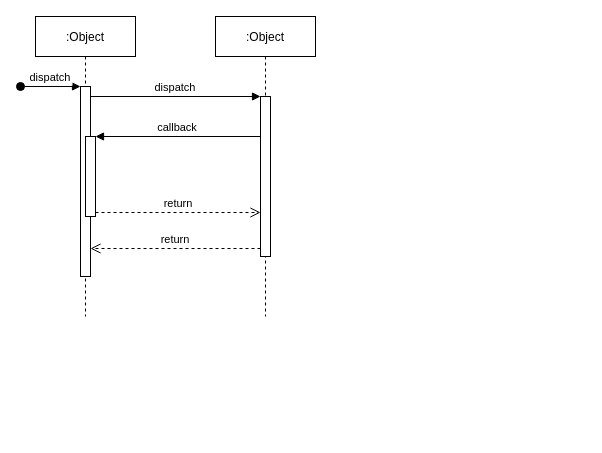
This is SequenceDiaram.drawio from Aarize29/SE-Diagrams, a draw.io file, before an edit. Source tidied: cells renumbered, new cells numbered last; positions are measured from the earlier drawing's top-left corner, leaving out a move shared by most shapes. Both pictures are drawn from the tidied source at 100%, with x=0, y=0 at pixel (20, 16).
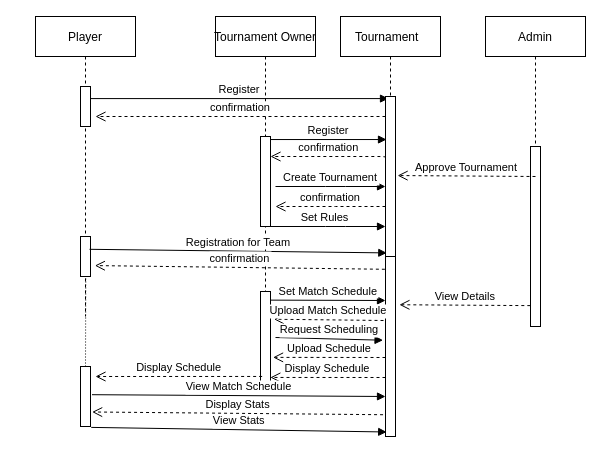
The same page after the edit.

What changed in the source:
```diff
@@
-    <mxCell id="2" value=":Object" style="shape=umlLifeline;perimeter=lifelinePerimeter;rounded=0;shadow=0;strokeWidth=1;" parent="1" vertex="1">
+    <mxCell id="2" value="Player" style="shape=umlLifeline;perimeter=lifelinePerimeter;rounded=0;shadow=0;strokeWidth=1;" parent="1" vertex="1">
       <mxGeometry x="15" width="100" height="300" as="geometry" />
     </mxCell>
     <mxCell id="3" style="points=[];perimeter=orthogonalPerimeter;rounded=0;shadow=0;strokeWidth=1;" parent="2" vertex="1">
-      <mxGeometry x="45" y="70" width="10" height="190" as="geometry" />
+      <mxGeometry x="45" y="70" width="10" height="40" as="geometry" />
     </mxCell>
-    <mxCell id="4" value="dispatch" style="verticalAlign=bottom;startArrow=oval;endArrow=block;startSize=8;shadow=0;strokeWidth=1;" parent="2" edge="1" target="3">
-      <mxGeometry relative="1" as="geometry">
-        <mxPoint x="-15" y="70" as="sourcePoint" />
-      </mxGeometry>
-    </mxCell>
-    <mxCell id="5" style="points=[];perimeter=orthogonalPerimeter;rounded=0;shadow=0;strokeWidth=1;" parent="2" vertex="1">
-      <mxGeometry x="50" y="120" width="10" height="80" as="geometry" />
-    </mxCell>
+    <mxCell id="12" style="points=[];perimeter=orthogonalPerimeter;rounded=0;shadow=0;strokeWidth=1;" parent="2" vertex="1">
+      <mxGeometry x="45" y="220" width="10" height="40" as="geometry" />
+    </mxCell>
-    <mxCell id="6" value=":Object" style="shape=umlLifeline;perimeter=lifelinePerimeter;rounded=0;shadow=0;strokeWidth=1;" parent="1" vertex="1">
+    <mxCell id="6" value="Tournament Owner" style="shape=umlLifeline;perimeter=lifelinePerimeter;rounded=0;shadow=0;strokeWidth=1;" parent="1" vertex="1">
       <mxGeometry x="195" width="100" height="300" as="geometry" />
     </mxCell>
     <mxCell id="7" style="points=[];perimeter=orthogonalPerimeter;rounded=0;shadow=0;strokeWidth=1;" parent="6" vertex="1">
-      <mxGeometry x="45" y="80" width="10" height="160" as="geometry" />
+      <mxGeometry x="45" y="120" width="10" height="90" as="geometry" />
     </mxCell>
-    <mxCell id="8" value="return" style="verticalAlign=bottom;endArrow=open;dashed=1;endSize=8;exitX=0;exitY=0.95;shadow=0;strokeWidth=1;" parent="1" edge="1" source="7" target="3">
-      <mxGeometry relative="1" as="geometry" />
+    <mxCell id="8" value="confirmation" style="verticalAlign=bottom;endArrow=open;dashed=1;endSize=8;exitX=0.02;exitY=0.383;shadow=0;strokeWidth=1;exitDx=0;exitDy=0;exitPerimeter=0;" parent="1" edge="1" source="14" target="7">
+      <mxGeometry relative="1" as="geometry">
+        <Array as="points">
+          <mxPoint x="365" y="140" />
+        </Array>
+      </mxGeometry>
     </mxCell>
-    <mxCell id="9" value="dispatch" style="verticalAlign=bottom;endArrow=block;entryX=0;entryY=0;shadow=0;strokeWidth=1;" parent="1" edge="1" source="3" target="7">
+    <mxCell id="9" value="Register" style="verticalAlign=bottom;endArrow=block;entryX=0.3;entryY=0.013;shadow=0;strokeWidth=1;entryDx=0;entryDy=0;entryPerimeter=0;" parent="1" edge="1" source="3" target="14">
       <mxGeometry relative="1" as="geometry" />
     </mxCell>
-    <mxCell id="10" value="callback" style="verticalAlign=bottom;endArrow=block;entryX=1;entryY=0;shadow=0;strokeWidth=1;" parent="1" edge="1" source="7" target="5">
+    <mxCell id="10" value="Register" style="verticalAlign=bottom;endArrow=block;entryX=0.1;entryY=0.269;shadow=0;strokeWidth=1;entryDx=0;entryDy=0;entryPerimeter=0;" parent="1" edge="1" source="7" target="14">
       <mxGeometry relative="1" as="geometry" />
     </mxCell>
-    <mxCell id="11" value="return" style="verticalAlign=bottom;endArrow=open;dashed=1;endSize=8;exitX=1;exitY=0.95;shadow=0;strokeWidth=1;" parent="1" edge="1" source="5" target="7">
-      <mxGeometry relative="1" as="geometry" />
-    </mxCell>
+    <mxCell id="13" value="Tournament  " style="shape=umlLifeline;perimeter=lifelinePerimeter;rounded=0;shadow=0;strokeWidth=1;" parent="1" vertex="1">
+      <mxGeometry x="320" width="100" height="300" as="geometry" />
+    </mxCell>
+    <mxCell id="14" style="points=[];perimeter=orthogonalPerimeter;rounded=0;shadow=0;strokeWidth=1;" parent="13" vertex="1">
+      <mxGeometry x="45" y="80" width="10" height="160" as="geometry" />
+    </mxCell>
+    <mxCell id="15" value="Admin" style="shape=umlLifeline;perimeter=lifelinePerimeter;rounded=0;shadow=0;strokeWidth=1;" parent="1" vertex="1">
+      <mxGeometry x="465" width="100" height="310" as="geometry" />
+    </mxCell>
+    <mxCell id="16" style="points=[];perimeter=orthogonalPerimeter;rounded=0;shadow=0;strokeWidth=1;" parent="15" vertex="1">
+      <mxGeometry x="45" y="130" width="10" height="180" as="geometry" />
+    </mxCell>
+    <mxCell id="17" value="Create Tournament" style="verticalAlign=bottom;endArrow=block;shadow=0;strokeWidth=1;" parent="1" edge="1" target="14">
+      <mxGeometry relative="1" as="geometry">
+        <mxPoint x="255" y="170" as="sourcePoint" />
+        <Array as="points">
+          <mxPoint x="315" y="170" />
+        </Array>
+      </mxGeometry>
+    </mxCell>
+    <mxCell id="18" value="Set Rules" style="verticalAlign=bottom;endArrow=block;shadow=0;strokeWidth=1;" parent="1" edge="1" source="6" target="14">
+      <mxGeometry relative="1" as="geometry">
+        <Array as="points">
+          <mxPoint x="315" y="210" />
+        </Array>
+      </mxGeometry>
+    </mxCell>
+    <mxCell id="19" value="confirmation" style="verticalAlign=bottom;endArrow=open;dashed=1;endSize=8;shadow=0;strokeWidth=1;" parent="1" edge="1">
+      <mxGeometry relative="1" as="geometry">
+        <mxPoint x="365" y="190" as="sourcePoint" />
+        <mxPoint x="255" y="190" as="targetPoint" />
+        <Array as="points">
+          <mxPoint x="305" y="190" />
+        </Array>
+      </mxGeometry>
+    </mxCell>
+    <mxCell id="20" value="confirmation" style="verticalAlign=bottom;endArrow=open;dashed=1;endSize=8;shadow=0;strokeWidth=1;entryX=1.5;entryY=0.75;entryDx=0;entryDy=0;entryPerimeter=0;" parent="1" edge="1" target="3">
+      <mxGeometry relative="1" as="geometry">
+        <mxPoint x="365" y="100" as="sourcePoint" />
+        <Array as="points">
+          <mxPoint x="365" y="100" />
+        </Array>
+      </mxGeometry>
+    </mxCell>
+    <mxCell id="21" style="points=[];perimeter=orthogonalPerimeter;rounded=0;shadow=0;strokeWidth=1;" parent="1" vertex="1">
+      <mxGeometry x="365" y="240" width="10" height="180" as="geometry" />
+    </mxCell>
+    <mxCell id="22" style="points=[];perimeter=orthogonalPerimeter;rounded=0;shadow=0;strokeWidth=1;" parent="1" vertex="1">
+      <mxGeometry x="240" y="275" width="10" height="90" as="geometry" />
+    </mxCell>
+    <mxCell id="23" value="Set Match Schedule" style="verticalAlign=bottom;endArrow=block;shadow=0;strokeWidth=1;exitX=0.982;exitY=0.096;exitDx=0;exitDy=0;exitPerimeter=0;" parent="1" edge="1" source="22">
+      <mxGeometry relative="1" as="geometry">
+        <mxPoint x="365" y="284" as="targetPoint" />
+      </mxGeometry>
+    </mxCell>
+    <mxCell id="24" value="Upload Match Schedule" style="verticalAlign=bottom;endArrow=open;dashed=1;endSize=8;shadow=0;strokeWidth=1;entryX=1.345;entryY=0.308;entryDx=0;entryDy=0;entryPerimeter=0;" parent="1" edge="1" target="22">
+      <mxGeometry relative="1" as="geometry">
+        <mxPoint x="363" y="304" as="sourcePoint" />
+      </mxGeometry>
+    </mxCell>
+    <mxCell id="25" value="Request Scheduling" style="verticalAlign=bottom;endArrow=block;shadow=0;strokeWidth=1;entryX=-0.245;entryY=0.465;entryDx=0;entryDy=0;entryPerimeter=0;" parent="1" edge="1" target="21">
+      <mxGeometry relative="1" as="geometry">
+        <mxPoint x="255" y="321" as="sourcePoint" />
+      </mxGeometry>
+    </mxCell>
+    <mxCell id="26" value="Upload Schedule" style="verticalAlign=bottom;endArrow=open;dashed=1;endSize=8;shadow=0;strokeWidth=1;entryX=1.255;entryY=0.732;entryDx=0;entryDy=0;entryPerimeter=0;" parent="1" edge="1" target="22">
+      <mxGeometry relative="1" as="geometry">
+        <mxPoint x="365" y="341" as="sourcePoint" />
+      </mxGeometry>
+    </mxCell>
+    <mxCell id="27" value="Display Schedule" style="verticalAlign=bottom;endArrow=open;dashed=1;endSize=8;shadow=0;strokeWidth=1;entryX=0.982;entryY=0.955;entryDx=0;entryDy=0;entryPerimeter=0;" parent="1" edge="1" target="22">
+      <mxGeometry relative="1" as="geometry">
+        <mxPoint x="365" y="361" as="sourcePoint" />
+      </mxGeometry>
+    </mxCell>
+    <mxCell id="28" style="points=[];perimeter=orthogonalPerimeter;rounded=0;shadow=0;strokeWidth=1;" parent="1" vertex="1">
+      <mxGeometry x="60" y="350" width="10" height="60" as="geometry" />
+    </mxCell>
+    <mxCell id="29" style="endArrow=none;html=1;rounded=0;dashed=1;dashPattern=1 2;entryX=0.527;entryY=1;entryDx=0;entryDy=0;entryPerimeter=0;fontStyle=1;" parent="1" edge="1" target="12">
+      <mxGeometry relative="1" as="geometry">
+        <mxPoint x="65" y="350" as="sourcePoint" />
+      </mxGeometry>
+    </mxCell>
+    <mxCell id="30" value="Display Schedule" style="verticalAlign=bottom;endArrow=open;dashed=1;endSize=8;shadow=0;strokeWidth=1;exitX=0.164;exitY=0.944;exitDx=0;exitDy=0;exitPerimeter=0;" parent="1" edge="1" source="22">
+      <mxGeometry relative="1" as="geometry">
+        <mxPoint x="75" y="360" as="targetPoint" />
+      </mxGeometry>
+    </mxCell>
+    <mxCell id="31" value="View Match Schedule" style="verticalAlign=bottom;endArrow=block;shadow=0;strokeWidth=1;exitX=1.255;exitY=0.47;exitDx=0;exitDy=0;exitPerimeter=0;" parent="1" edge="1">
+      <mxGeometry relative="1" as="geometry">
+        <mxPoint x="71.5" y="378.2" as="sourcePoint" />
+        <mxPoint x="365" y="380" as="targetPoint" />
+      </mxGeometry>
+    </mxCell>
+    <mxCell id="32" value="Display Stats" style="verticalAlign=bottom;endArrow=open;dashed=1;endSize=8;shadow=0;strokeWidth=1;exitX=-0.245;exitY=0.879;exitDx=0;exitDy=0;exitPerimeter=0;entryX=1.164;entryY=0.758;entryDx=0;entryDy=0;entryPerimeter=0;" parent="1" edge="1" source="21" target="28">
+      <mxGeometry relative="1" as="geometry" />
+    </mxCell>
+    <mxCell id="33" value="View Stats" style="verticalAlign=bottom;endArrow=block;shadow=0;strokeWidth=1;exitX=1.073;exitY=1.015;exitDx=0;exitDy=0;exitPerimeter=0;entryX=0.118;entryY=0.975;entryDx=0;entryDy=0;entryPerimeter=0;" parent="1" edge="1" source="28" target="21">
+      <mxGeometry relative="1" as="geometry" />
+    </mxCell>
+    <mxCell id="34" value="Approve Tournament" style="verticalAlign=bottom;endArrow=open;dashed=1;endSize=8;shadow=0;strokeWidth=1;entryX=1.209;entryY=0.494;entryDx=0;entryDy=0;entryPerimeter=0;" parent="1" edge="1" target="14">
+      <mxGeometry relative="1" as="geometry">
+        <mxPoint x="515" y="160" as="sourcePoint" />
+        <Array as="points">
+          <mxPoint x="515" y="160" />
+        </Array>
+      </mxGeometry>
+    </mxCell>
+    <mxCell id="35" value="View Details" style="verticalAlign=bottom;endArrow=open;dashed=1;endSize=8;shadow=0;strokeWidth=1;entryX=1.391;entryY=0.268;entryDx=0;entryDy=0;entryPerimeter=0;exitX=-0.018;exitY=0.884;exitDx=0;exitDy=0;exitPerimeter=0;" parent="1" edge="1" source="16" target="21">
+      <mxGeometry relative="1" as="geometry" />
+    </mxCell>
+    <mxCell id="36" value="Registration for Team" style="verticalAlign=bottom;endArrow=block;entryX=0.027;entryY=-0.02;shadow=0;strokeWidth=1;entryDx=0;entryDy=0;entryPerimeter=0;exitX=0.53;exitY=0.776;exitDx=0;exitDy=0;exitPerimeter=0;" parent="1" edge="1">
+      <mxGeometry relative="1" as="geometry">
+        <mxPoint x="69" y="232.8" as="sourcePoint" />
+        <mxPoint x="366.3" y="236.4" as="targetPoint" />
+      </mxGeometry>
+    </mxCell>
+    <mxCell id="37" value="confirmation" style="verticalAlign=bottom;endArrow=open;dashed=1;endSize=8;shadow=0;strokeWidth=1;entryX=1.436;entryY=0.727;entryDx=0;entryDy=0;entryPerimeter=0;exitX=-0.064;exitY=0.071;exitDx=0;exitDy=0;exitPerimeter=0;" parent="1" edge="1" source="21" target="12">
+      <mxGeometry relative="1" as="geometry" />
+    </mxCell>
```
